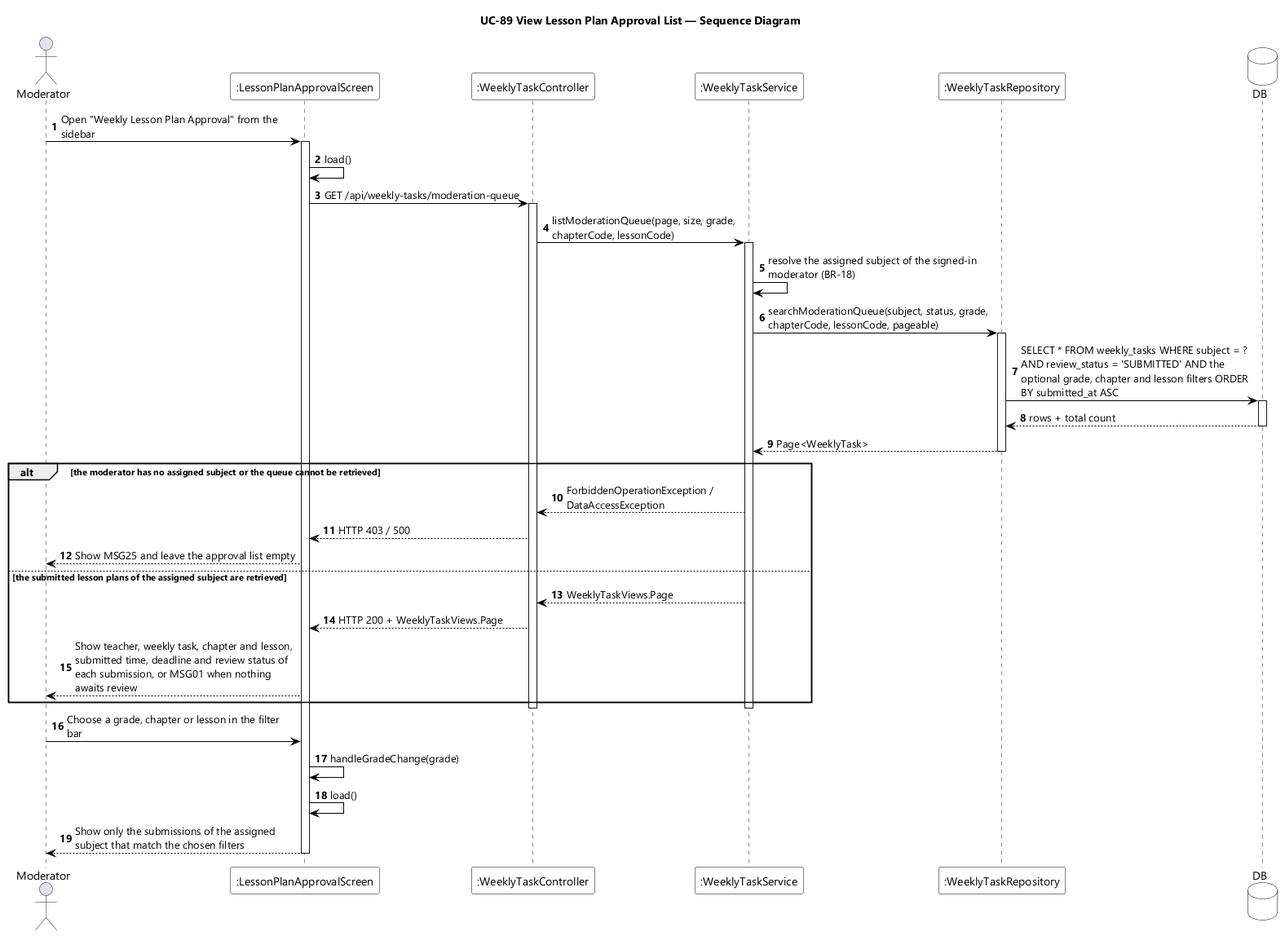
Earlier version of the PlantUML export designs/sds-diagrams/uc89/uc89-sequence-diagram.png (EduA-system/EduA-system). The source it was exported from:
```plantuml
@startuml UC-89 View Lesson Plan Approval List - Sequence Diagram
skinparamlocked dpi 96
skinparam defaultFontName "Segoe UI"
skinparam shadowing false
skinparam ParticipantBackgroundColor #FFFFFF
skinparam ParticipantBorderColor #000000
skinparam DatabaseBackgroundColor #FFFFFF
skinparam DatabaseBorderColor #000000
skinparam ArrowColor #000000
skinparam sequenceMessageAlign left
skinparam maxMessageSize 280
title UC-89 View Lesson Plan Approval List — Sequence Diagram

actor Moderator
participant ":LessonPlanApprovalScreen" as UI
participant ":WeeklyTaskController" as CTL
participant ":WeeklyTaskService" as SVC
participant ":WeeklyTaskRepository" as REPO
database DB

autonumber
Moderator -> UI : Open "Weekly Lesson Plan Approval" from the sidebar
activate UI
UI -> UI : load()
UI -> CTL : GET /api/weekly-tasks/moderation-queue
activate CTL
CTL -> SVC : listModerationQueue(page, size, grade, chapterCode, lessonCode)
activate SVC
SVC -> SVC : resolve the assigned subject of the signed-in moderator (BR-18)
SVC -> REPO : searchModerationQueue(subject, status, grade, chapterCode, lessonCode, pageable)
activate REPO
REPO -> DB : SELECT * FROM weekly_tasks WHERE subject = ? AND review_status = 'SUBMITTED' AND the optional grade, chapter and lesson filters ORDER BY submitted_at ASC
activate DB
DB --> REPO : rows + total count
deactivate DB
REPO --> SVC : Page<WeeklyTask>
deactivate REPO

alt the moderator has no assigned subject or the queue cannot be retrieved
  SVC --> CTL : ForbiddenOperationException / DataAccessException
  CTL --> UI : HTTP 403 / 500
  UI --> Moderator : Show MSG25 and leave the approval list empty
else the submitted lesson plans of the assigned subject are retrieved
  SVC --> CTL : WeeklyTaskViews.Page
  CTL --> UI : HTTP 200 + WeeklyTaskViews.Page
  UI --> Moderator : Show teacher, weekly task, chapter and lesson, submitted time, deadline and review status of each submission, or MSG01 when nothing awaits review
end
deactivate SVC
deactivate CTL

Moderator -> UI : Choose a grade, chapter or lesson in the filter bar
UI -> UI : handleGradeChange(grade)
UI -> UI : load()
UI --> Moderator : Show only the submissions of the assigned subject that match the chosen filters
deactivate UI
@enduml
```
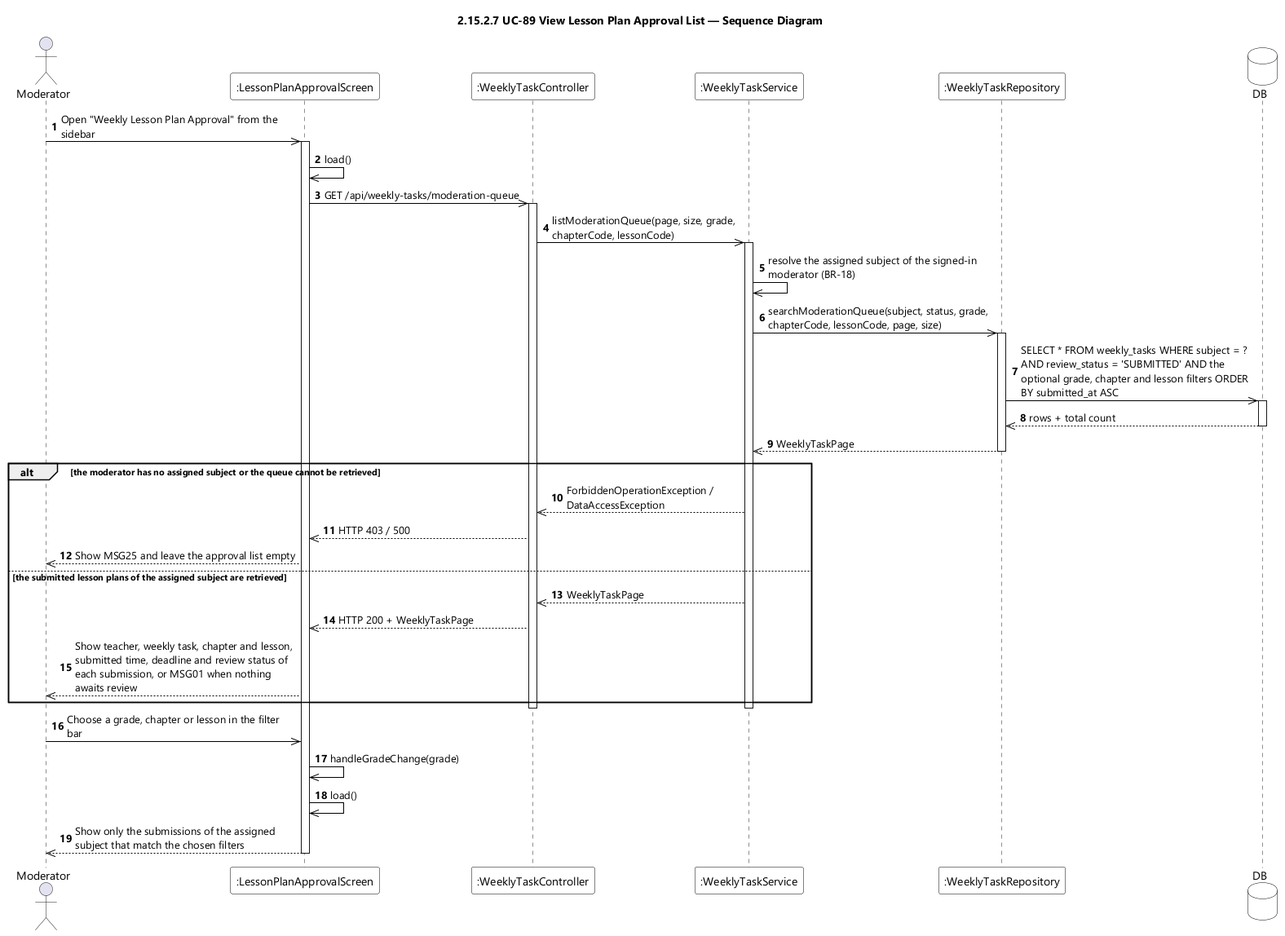
After the commit.

Change to the diagram source:
```diff
@@ -9,7 +9,7 @@
 skinparam ArrowColor #000000
 skinparam sequenceMessageAlign left
 skinparam maxMessageSize 280
-title UC-89 View Lesson Plan Approval List — Sequence Diagram
+title 2.15.2.7 UC-89 View Lesson Plan Approval List — Sequence Diagram
 
 actor Moderator
 participant ":LessonPlanApprovalScreen" as UI
@@ -19,38 +19,38 @@
 database DB
 
 autonumber
-Moderator -> UI : Open "Weekly Lesson Plan Approval" from the sidebar
+Moderator ->> UI : Open "Weekly Lesson Plan Approval" from the sidebar
 activate UI
-UI -> UI : load()
-UI -> CTL : GET /api/weekly-tasks/moderation-queue
+UI ->> UI : load()
+UI ->> CTL : GET /api/weekly-tasks/moderation-queue
 activate CTL
-CTL -> SVC : listModerationQueue(page, size, grade, chapterCode, lessonCode)
+CTL ->> SVC : listModerationQueue(page, size, grade, chapterCode, lessonCode)
 activate SVC
-SVC -> SVC : resolve the assigned subject of the signed-in moderator (BR-18)
-SVC -> REPO : searchModerationQueue(subject, status, grade, chapterCode, lessonCode, pageable)
+SVC ->> SVC : resolve the assigned subject of the signed-in moderator (BR-18)
+SVC ->> REPO : searchModerationQueue(subject, status, grade, chapterCode, lessonCode, page, size)
 activate REPO
-REPO -> DB : SELECT * FROM weekly_tasks WHERE subject = ? AND review_status = 'SUBMITTED' AND the optional grade, chapter and lesson filters ORDER BY submitted_at ASC
+REPO ->> DB : SELECT * FROM weekly_tasks WHERE subject = ? AND review_status = 'SUBMITTED' AND the optional grade, chapter and lesson filters ORDER BY submitted_at ASC
 activate DB
-DB --> REPO : rows + total count
+DB -->> REPO : rows + total count
 deactivate DB
-REPO --> SVC : Page<WeeklyTask>
+REPO -->> SVC : WeeklyTaskPage
 deactivate REPO
 
 alt the moderator has no assigned subject or the queue cannot be retrieved
-  SVC --> CTL : ForbiddenOperationException / DataAccessException
-  CTL --> UI : HTTP 403 / 500
-  UI --> Moderator : Show MSG25 and leave the approval list empty
+  SVC -->> CTL : ForbiddenOperationException / DataAccessException
+  CTL -->> UI : HTTP 403 / 500
+  UI -->> Moderator : Show MSG25 and leave the approval list empty
 else the submitted lesson plans of the assigned subject are retrieved
-  SVC --> CTL : WeeklyTaskViews.Page
-  CTL --> UI : HTTP 200 + WeeklyTaskViews.Page
-  UI --> Moderator : Show teacher, weekly task, chapter and lesson, submitted time, deadline and review status of each submission, or MSG01 when nothing awaits review
+  SVC -->> CTL : WeeklyTaskPage
+  CTL -->> UI : HTTP 200 + WeeklyTaskPage
+  UI -->> Moderator : Show teacher, weekly task, chapter and lesson, submitted time, deadline and review status of each submission, or MSG01 when nothing awaits review
 end
 deactivate SVC
 deactivate CTL
 
-Moderator -> UI : Choose a grade, chapter or lesson in the filter bar
-UI -> UI : handleGradeChange(grade)
-UI -> UI : load()
-UI --> Moderator : Show only the submissions of the assigned subject that match the chosen filters
+Moderator ->> UI : Choose a grade, chapter or lesson in the filter bar
+UI ->> UI : handleGradeChange(grade)
+UI ->> UI : load()
+UI -->> Moderator : Show only the submissions of the assigned subject that match the chosen filters
 deactivate UI
 @enduml
```
